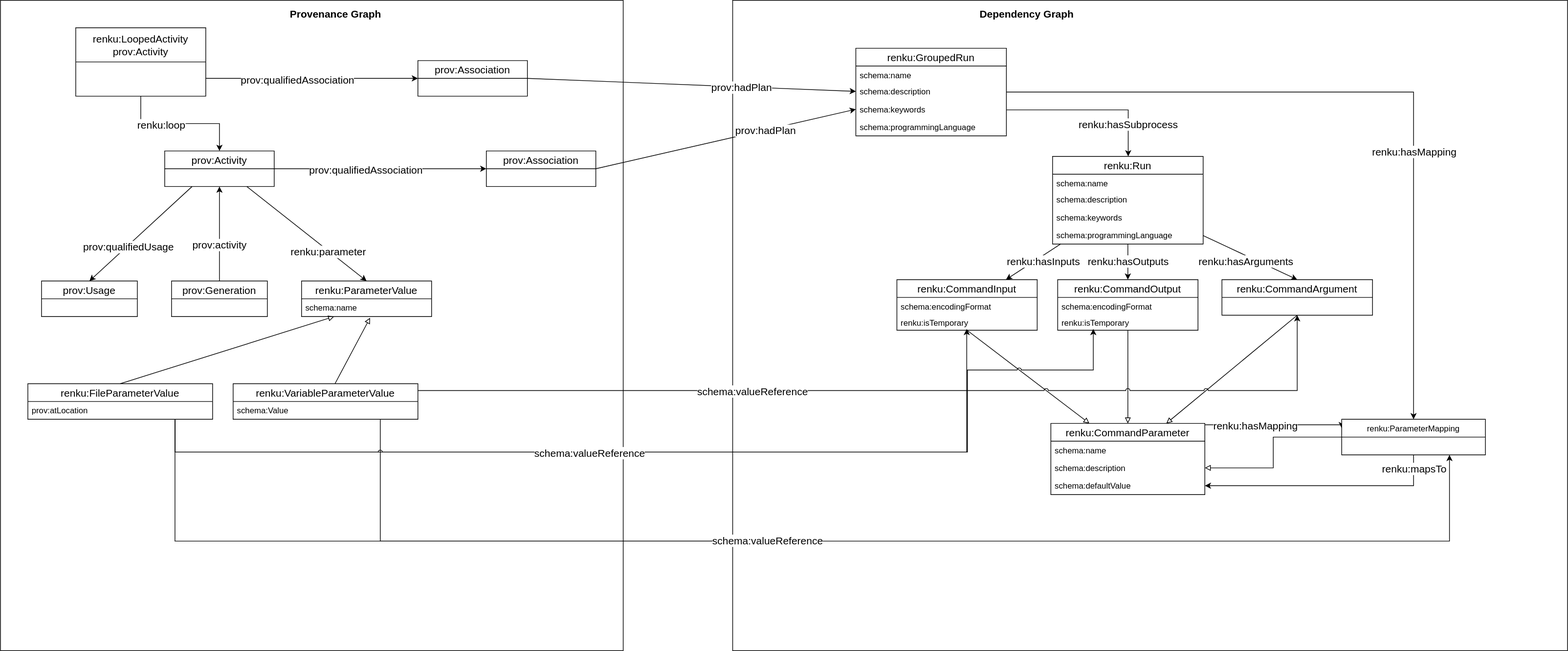
Above: design/001-new-workflow-commands/looped-run-metadata.svg in SwissDataScienceCenter/renku-python (draw.io), before the change. Source tidied: cells renumbered, new cells last; positions are measured from the earlier drawing's top-left corner, leaving out a move shared by most shapes.
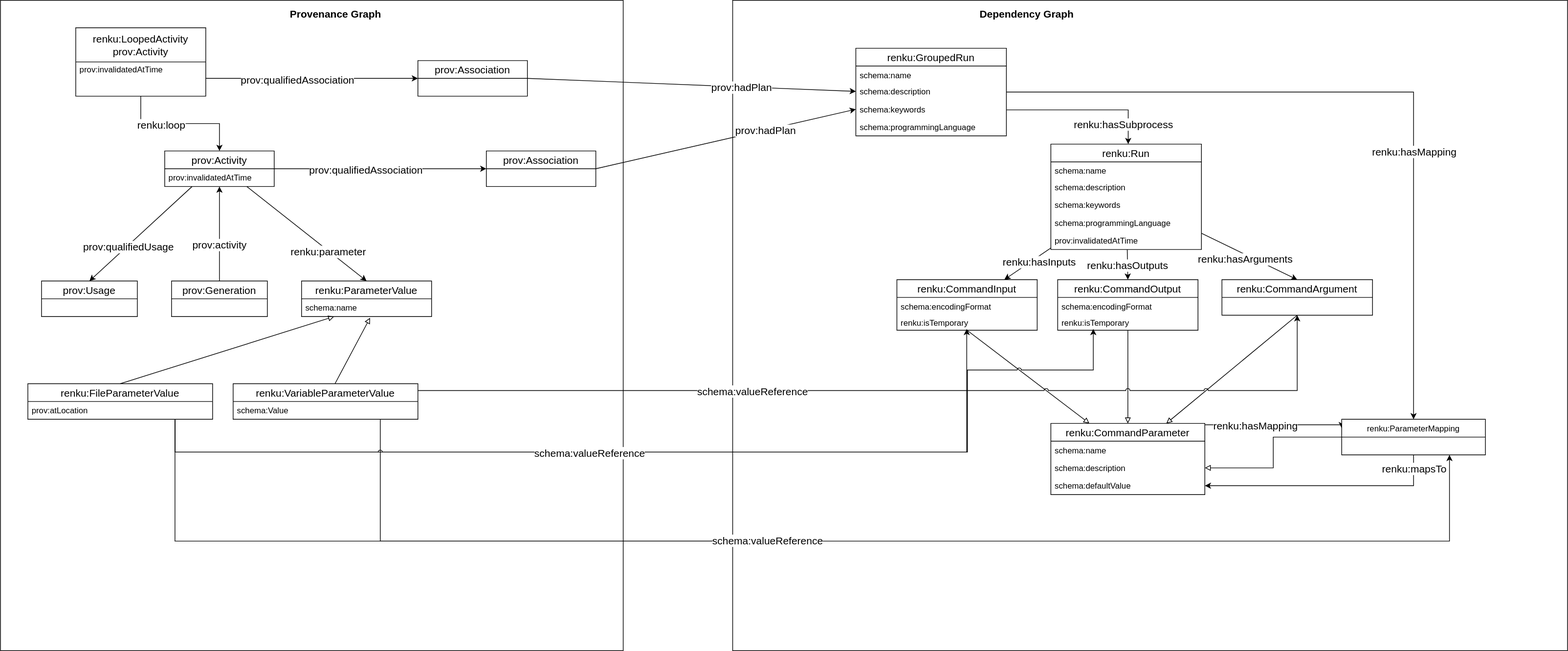
Later version of the same file.

Change to the diagram source:
```diff
@@ -92,7 +92,7 @@
       </mxGeometry>
     </mxCell>
     <mxCell id="28" value="renku:Run" style="swimlane;fontStyle=0;horizontal=1;startSize=26;fillColor=none;fontSize=15;" parent="1" vertex="1">
-      <mxGeometry x="1537.5" y="228" width="220" height="128" as="geometry" />
+      <mxGeometry x="1535" y="210" width="220" height="154" as="geometry" />
     </mxCell>
     <mxCell id="29" value="schema:name" style="text;strokeColor=none;fillColor=none;align=left;verticalAlign=top;spacingLeft=4;spacingRight=4;overflow=hidden;" parent="28" vertex="1">
       <mxGeometry y="26" width="220" height="24" as="geometry" />
@@ -106,6 +106,9 @@
     <mxCell id="32" value="schema:programmingLanguage" style="text;strokeColor=none;fillColor=none;align=left;verticalAlign=top;spacingLeft=4;spacingRight=4;overflow=hidden;" parent="28" vertex="1">
       <mxGeometry y="102" width="220" height="26" as="geometry" />
     </mxCell>
+    <mxCell id="84" value="prov:invalidatedAtTime" style="text;strokeColor=none;fillColor=none;align=left;verticalAlign=top;spacingLeft=4;spacingRight=4;overflow=hidden;" parent="28" vertex="1">
+      <mxGeometry y="128" width="220" height="26" as="geometry" />
+    </mxCell>
     <mxCell id="33" style="endArrow=block;html=1;fontSize=15;exitX=0.5;exitY=0;exitDx=0;exitDy=0;entryX=0.25;entryY=1;entryDx=0;entryDy=0;endFill=0;" parent="1" edge="1" source="14" target="7">
       <mxGeometry relative="1" as="geometry" />
     </mxCell>
@@ -298,5 +301,11 @@
     <mxCell id="83" value="prov:hadPlan" style="edgeLabel;html=1;align=center;verticalAlign=middle;fontSize=15;" parent="82" vertex="1">
       <mxGeometry x="0.3" relative="1" as="geometry" />
     </mxCell>
+    <mxCell id="85" value="prov:invalidatedAtTime" style="text;align=left;verticalAlign=top;spacingLeft=4;spacingRight=4;overflow=hidden;" parent="1" vertex="1">
+      <mxGeometry x="240" y="246" width="190" height="26" as="geometry" />
+    </mxCell>
+    <mxCell id="86" value="prov:invalidatedAtTime" style="text;align=left;verticalAlign=top;spacingLeft=4;spacingRight=4;overflow=hidden;" parent="1" vertex="1">
+      <mxGeometry x="110" y="88" width="190" height="26" as="geometry" />
+    </mxCell>
   </root>
 </mxGraphModel>
```
